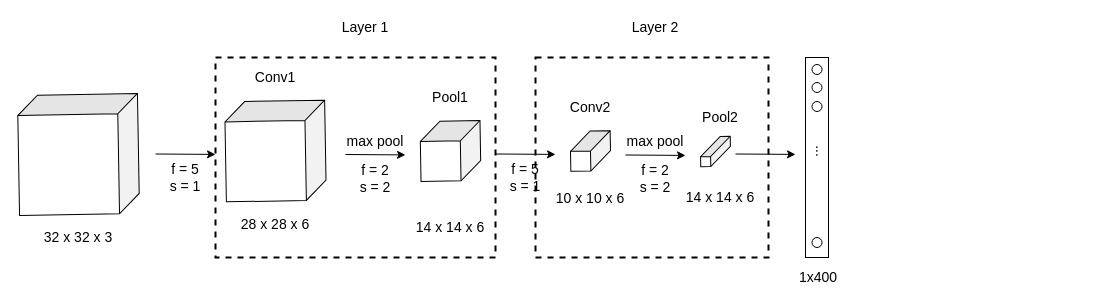
The draw.io diagram assets/images/2018/01/pooling.drawio in xta0/xta0.me, before the edit. Source tidied: cells renumbered, new cells numbered last; positions are measured from the earlier drawing's top-left corner, leaving out a move shared by most shapes. Both pictures are drawn from the tidied source at 100%, with x=0, y=0 at pixel (18, 17).
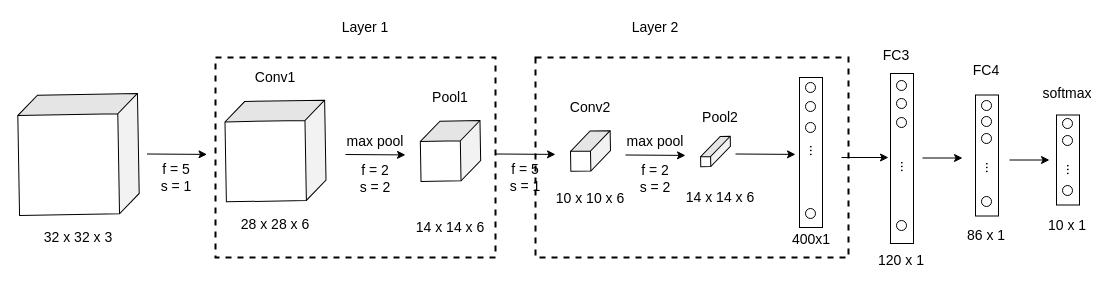
Above is the later version.

What changed in the source:
```diff
@@
     <mxCell id="3" style="rounded=0;whiteSpace=wrap;html=1;fillColor=none;gradientColor=none;fontSize=14;dashed=1;strokeWidth=2;" parent="1" vertex="1">
-      <mxGeometry x="517" y="40" width="233" height="200" as="geometry" />
+      <mxGeometry x="517" y="40" width="313" height="200" as="geometry" />
     </mxCell>
@@
     <mxCell id="6" style="endArrow=classic;html=1;fontSize=14;" parent="1" edge="1">
       <mxGeometry relative="1" as="geometry">
-        <mxPoint x="137" y="136.5" as="sourcePoint" />
-        <mxPoint x="197" y="136.9" as="targetPoint" />
+        <mxPoint x="128.5" y="136.5" as="sourcePoint" />
+        <mxPoint x="188.5" y="136.9" as="targetPoint" />
       </mxGeometry>
     </mxCell>
     <mxCell id="7" value="f = 5&lt;br&gt;s = 1" style="text;html=1;strokeColor=none;fillColor=none;align=center;verticalAlign=middle;whiteSpace=wrap;rounded=0;fontSize=14;" parent="1" vertex="1">
-      <mxGeometry x="147" y="150" width="40" height="20" as="geometry" />
+      <mxGeometry x="138" y="150" width="40" height="20" as="geometry" />
     </mxCell>
@@
-    <mxCell id="31" style="rounded=0;whiteSpace=wrap;html=1;strokeWidth=1;fillColor=none;gradientColor=none;fontSize=14;" parent="1" vertex="1">
-      <mxGeometry x="787" y="40" width="23" height="200" as="geometry" />
-    </mxCell>
-    <mxCell id="32" value="1x400" style="text;html=1;strokeColor=none;fillColor=none;align=center;verticalAlign=middle;whiteSpace=wrap;rounded=0;dashed=1;fontSize=14;" parent="1" vertex="1">
-      <mxGeometry x="770" y="250" width="60" height="20" as="geometry" />
-    </mxCell>
-    <mxCell id="33" style="ellipse;whiteSpace=wrap;html=1;strokeWidth=1;fillColor=none;gradientColor=none;fontSize=14;" parent="1" vertex="1">
-      <mxGeometry x="793.5" y="65" width="10" height="10" as="geometry" />
-    </mxCell>
-    <mxCell id="34" style="ellipse;whiteSpace=wrap;html=1;strokeWidth=1;fillColor=none;gradientColor=none;fontSize=14;" parent="1" vertex="1">
-      <mxGeometry x="793.5" y="47" width="10" height="10" as="geometry" />
-    </mxCell>
-    <mxCell id="35" value="..." style="text;html=1;strokeColor=none;fillColor=none;align=center;verticalAlign=middle;whiteSpace=wrap;rounded=0;fontSize=14;rotation=90;" parent="1" vertex="1">
-      <mxGeometry x="783.5" y="123.5" width="40" height="20" as="geometry" />
-    </mxCell>
-    <mxCell id="36" style="ellipse;whiteSpace=wrap;html=1;strokeWidth=1;fillColor=none;gradientColor=none;fontSize=14;" parent="1" vertex="1">
-      <mxGeometry x="793.5" y="84" width="10" height="10" as="geometry" />
-    </mxCell>
-    <mxCell id="37" style="ellipse;whiteSpace=wrap;html=1;strokeWidth=1;fillColor=none;gradientColor=none;fontSize=14;" parent="1" vertex="1">
-      <mxGeometry x="793.5" y="220" width="10" height="10" as="geometry" />
-    </mxCell>
+    <mxCell id="38" style="endArrow=classic;html=1;fontSize=14;" parent="1" edge="1">
+      <mxGeometry relative="1" as="geometry">
+        <mxPoint x="823" y="140" as="sourcePoint" />
+        <mxPoint x="870" y="140" as="targetPoint" />
+      </mxGeometry>
+    </mxCell>
+    <mxCell id="39" style="rounded=0;whiteSpace=wrap;html=1;strokeWidth=1;fillColor=none;gradientColor=none;fontSize=14;" parent="1" vertex="1">
+      <mxGeometry x="781" y="60" width="23" height="150" as="geometry" />
+    </mxCell>
+    <mxCell id="40" style="ellipse;whiteSpace=wrap;html=1;strokeWidth=1;fillColor=none;gradientColor=none;fontSize=14;" parent="1" vertex="1">
+      <mxGeometry x="787" y="84" width="10" height="10" as="geometry" />
+    </mxCell>
+    <mxCell id="41" style="ellipse;whiteSpace=wrap;html=1;strokeWidth=1;fillColor=none;gradientColor=none;fontSize=14;" parent="1" vertex="1">
+      <mxGeometry x="787" y="65" width="10" height="10" as="geometry" />
+    </mxCell>
+    <mxCell id="42" value="..." style="text;html=1;strokeColor=none;fillColor=none;align=center;verticalAlign=middle;whiteSpace=wrap;rounded=0;fontSize=14;rotation=90;" parent="1" vertex="1">
+      <mxGeometry x="777" y="123.5" width="40" height="20" as="geometry" />
+    </mxCell>
+    <mxCell id="43" style="ellipse;whiteSpace=wrap;html=1;strokeWidth=1;fillColor=none;gradientColor=none;fontSize=14;" parent="1" vertex="1">
+      <mxGeometry x="787" y="105" width="10" height="10" as="geometry" />
+    </mxCell>
+    <mxCell id="44" style="ellipse;whiteSpace=wrap;html=1;strokeWidth=1;fillColor=none;gradientColor=none;fontSize=14;" parent="1" vertex="1">
+      <mxGeometry x="787" y="191" width="10" height="10" as="geometry" />
+    </mxCell>
+    <mxCell id="45" value="400x1" style="text;html=1;strokeColor=none;fillColor=none;align=center;verticalAlign=middle;whiteSpace=wrap;rounded=0;dashed=1;fontSize=14;" parent="1" vertex="1">
+      <mxGeometry x="762.5" y="212" width="60" height="20" as="geometry" />
+    </mxCell>
+    <mxCell id="46" style="group;" parent="1" vertex="1">
+      <mxGeometry x="853" y="27.5" width="226" height="225" as="geometry" />
+    </mxCell>
+    <mxCell id="47" style="group;" parent="46" vertex="1">
+      <mxGeometry width="226" height="225" as="geometry" />
+    </mxCell>
+    <mxCell id="48" value="FC3" style="text;html=1;strokeColor=none;fillColor=none;align=center;verticalAlign=middle;whiteSpace=wrap;rounded=0;fontSize=14;" parent="47" vertex="1">
+      <mxGeometry x="5" width="40" height="20" as="geometry" />
+    </mxCell>
+    <mxCell id="49" style="rounded=0;whiteSpace=wrap;html=1;strokeWidth=1;fillColor=none;gradientColor=none;fontSize=14;" parent="47" vertex="1">
+      <mxGeometry x="104" y="50" width="23" height="121" as="geometry" />
+    </mxCell>
+    <mxCell id="50" style="ellipse;whiteSpace=wrap;html=1;strokeWidth=1;fillColor=none;gradientColor=none;fontSize=14;" parent="47" vertex="1">
+      <mxGeometry x="110" y="71.5" width="10" height="10" as="geometry" />
+    </mxCell>
+    <mxCell id="51" style="ellipse;whiteSpace=wrap;html=1;strokeWidth=1;fillColor=none;gradientColor=none;fontSize=14;" parent="47" vertex="1">
+      <mxGeometry x="110" y="55.5" width="10" height="10" as="geometry" />
+    </mxCell>
+    <mxCell id="52" value="..." style="text;html=1;strokeColor=none;fillColor=none;align=center;verticalAlign=middle;whiteSpace=wrap;rounded=0;fontSize=14;rotation=90;" parent="47" vertex="1">
+      <mxGeometry x="100" y="113" width="40" height="20" as="geometry" />
+    </mxCell>
+    <mxCell id="53" style="ellipse;whiteSpace=wrap;html=1;strokeWidth=1;fillColor=none;gradientColor=none;fontSize=14;" parent="47" vertex="1">
+      <mxGeometry x="110" y="88.5" width="10" height="10" as="geometry" />
+    </mxCell>
+    <mxCell id="54" style="ellipse;whiteSpace=wrap;html=1;strokeWidth=1;fillColor=none;gradientColor=none;fontSize=14;" parent="47" vertex="1">
+      <mxGeometry x="110" y="151.5" width="10" height="10" as="geometry" />
+    </mxCell>
+    <mxCell id="55" value="86 x 1" style="text;html=1;strokeColor=none;fillColor=none;align=center;verticalAlign=middle;whiteSpace=wrap;rounded=0;dashed=1;fontSize=14;" parent="47" vertex="1">
+      <mxGeometry x="85" y="180" width="60" height="20" as="geometry" />
+    </mxCell>
+    <mxCell id="56" value="FC4" style="text;html=1;strokeColor=none;fillColor=none;align=center;verticalAlign=middle;whiteSpace=wrap;rounded=0;fontSize=14;" parent="47" vertex="1">
+      <mxGeometry x="95" y="15.5" width="40" height="20" as="geometry" />
+    </mxCell>
+    <mxCell id="57" style="rounded=0;whiteSpace=wrap;html=1;strokeWidth=1;fillColor=none;gradientColor=none;fontSize=14;" parent="47" vertex="1">
+      <mxGeometry x="19" y="28.5" width="23" height="170" as="geometry" />
+    </mxCell>
+    <mxCell id="58" style="ellipse;whiteSpace=wrap;html=1;strokeWidth=1;fillColor=none;gradientColor=none;fontSize=14;" parent="47" vertex="1">
+      <mxGeometry x="25" y="53.5" width="10" height="10" as="geometry" />
+    </mxCell>
+    <mxCell id="59" style="ellipse;whiteSpace=wrap;html=1;strokeWidth=1;fillColor=none;gradientColor=none;fontSize=14;" parent="47" vertex="1">
+      <mxGeometry x="25" y="35.5" width="10" height="10" as="geometry" />
+    </mxCell>
+    <mxCell id="60" value="..." style="text;html=1;strokeColor=none;fillColor=none;align=center;verticalAlign=middle;whiteSpace=wrap;rounded=0;fontSize=14;rotation=90;" parent="47" vertex="1">
+      <mxGeometry x="15" y="112" width="40" height="20" as="geometry" />
+    </mxCell>
+    <mxCell id="61" style="ellipse;whiteSpace=wrap;html=1;strokeWidth=1;fillColor=none;gradientColor=none;fontSize=14;" parent="47" vertex="1">
+      <mxGeometry x="25" y="72.5" width="10" height="10" as="geometry" />
+    </mxCell>
+    <mxCell id="62" style="ellipse;whiteSpace=wrap;html=1;strokeWidth=1;fillColor=none;gradientColor=none;fontSize=14;" parent="47" vertex="1">
+      <mxGeometry x="25" y="175.5" width="10" height="10" as="geometry" />
+    </mxCell>
+    <mxCell id="63" value="120 x 1" style="text;html=1;strokeColor=none;fillColor=none;align=center;verticalAlign=middle;whiteSpace=wrap;rounded=0;dashed=1;fontSize=14;" parent="47" vertex="1">
+      <mxGeometry y="205" width="60" height="20" as="geometry" />
+    </mxCell>
+    <mxCell id="64" style="endArrow=classic;html=1;fontSize=14;" parent="47" edge="1">
+      <mxGeometry relative="1" as="geometry">
+        <mxPoint x="51" y="113" as="sourcePoint" />
+        <mxPoint x="91" y="113" as="targetPoint" />
+      </mxGeometry>
+    </mxCell>
+    <mxCell id="65" style="rounded=0;whiteSpace=wrap;html=1;strokeWidth=1;fillColor=none;gradientColor=none;fontSize=14;" parent="47" vertex="1">
+      <mxGeometry x="185" y="70" width="23" height="90" as="geometry" />
+    </mxCell>
+    <mxCell id="66" style="ellipse;whiteSpace=wrap;html=1;strokeWidth=1;fillColor=none;gradientColor=none;fontSize=14;" parent="47" vertex="1">
+      <mxGeometry x="191" y="73.5" width="10" height="10" as="geometry" />
+    </mxCell>
+    <mxCell id="67" value="..." style="text;html=1;strokeColor=none;fillColor=none;align=center;verticalAlign=middle;whiteSpace=wrap;rounded=0;fontSize=14;rotation=90;" parent="47" vertex="1">
+      <mxGeometry x="181" y="115" width="40" height="20" as="geometry" />
+    </mxCell>
+    <mxCell id="68" style="ellipse;whiteSpace=wrap;html=1;strokeWidth=1;fillColor=none;gradientColor=none;fontSize=14;" parent="47" vertex="1">
+      <mxGeometry x="191" y="90.5" width="10" height="10" as="geometry" />
+    </mxCell>
+    <mxCell id="69" style="ellipse;whiteSpace=wrap;html=1;strokeWidth=1;fillColor=none;gradientColor=none;fontSize=14;" parent="47" vertex="1">
+      <mxGeometry x="191" y="140.5" width="10" height="10" as="geometry" />
+    </mxCell>
+    <mxCell id="70" value="10 x 1" style="text;html=1;strokeColor=none;fillColor=none;align=center;verticalAlign=middle;whiteSpace=wrap;rounded=0;dashed=1;fontSize=14;" parent="47" vertex="1">
+      <mxGeometry x="166" y="170" width="60" height="20" as="geometry" />
+    </mxCell>
+    <mxCell id="71" value="softmax" style="text;html=1;strokeColor=none;fillColor=none;align=center;verticalAlign=middle;whiteSpace=wrap;rounded=0;fontSize=14;" parent="47" vertex="1">
+      <mxGeometry x="176" y="38.5" width="40" height="20" as="geometry" />
+    </mxCell>
+    <mxCell id="72" style="endArrow=classic;html=1;fontSize=14;" parent="47" edge="1">
+      <mxGeometry relative="1" as="geometry">
+        <mxPoint x="138" y="115" as="sourcePoint" />
+        <mxPoint x="178" y="115" as="targetPoint" />
+      </mxGeometry>
+    </mxCell>
```
